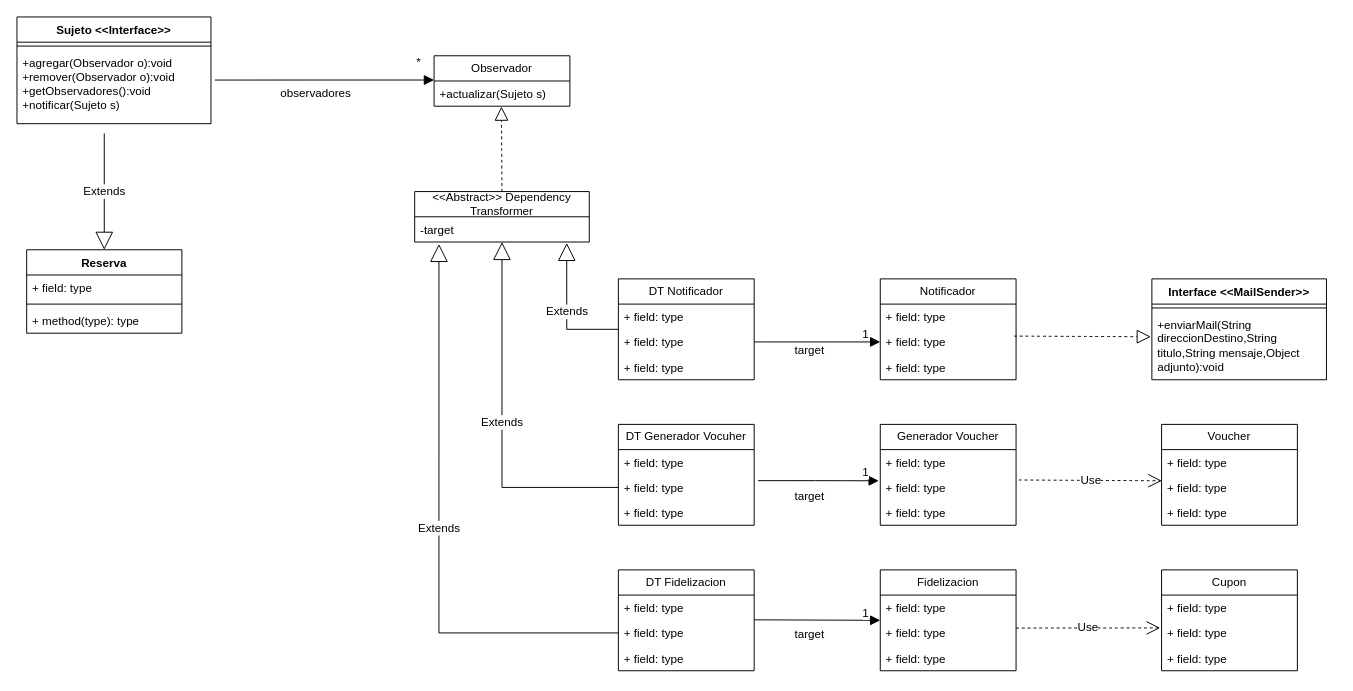
This is UML/2.5 notificaciones de la reserva.drawio from MartinianoOliveto/po2-integrador, a draw.io file, before an edit. Source tidied: cells renumbered, new cells numbered last; positions are measured from the earlier drawing's top-left corner, leaving out a move shared by most shapes. Both pictures are drawn from the tidied source at 97%, with x=0, y=0 at pixel (16, 16).
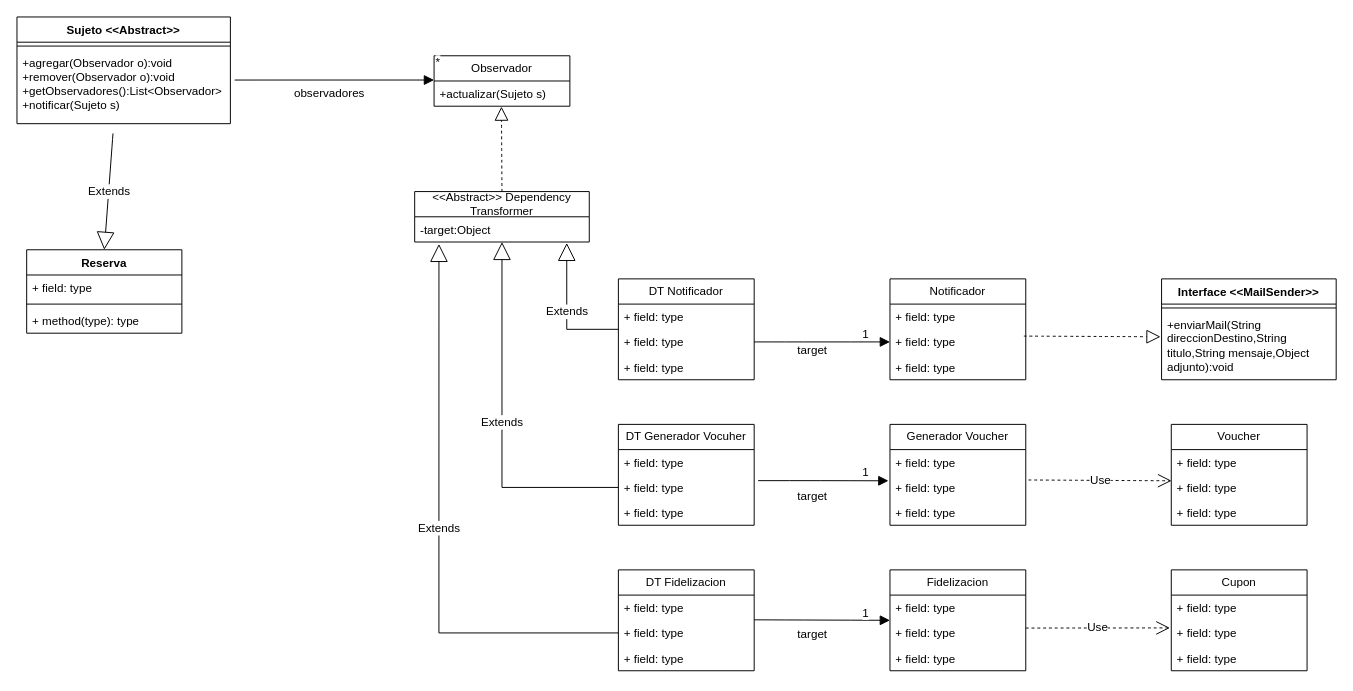
After the change.

The change refers to these unchanged cells:
```xml
<mxCell id="14" value="&amp;lt;&amp;lt;Abstract&amp;gt;&amp;gt; Dependency Transformer" style="swimlane;fontStyle=0;horizontal=1;startSize=26;fillColor=none;whiteSpace=wrap;html=1;" parent="1" vertex="1">
  <mxGeometry x="410" y="180" width="180" height="52" as="geometry" />
</mxCell>
<mxCell id="60" value="+ field: type" style="text;strokeColor=none;fillColor=none;align=left;verticalAlign=top;spacingLeft=4;spacingRight=4;overflow=hidden;points=[[0,0.5],[1,0.5]];portConstraint=eastwest;whiteSpace=wrap;html=1;" parent="58" vertex="1">
  <mxGeometry y="52" width="140" height="26" as="geometry" />
</mxCell>
```

The edit, as a diff of the source:
```diff
@@
-    <mxCell id="6" value="Sujeto &amp;lt;&amp;lt;Interface&amp;gt;&amp;gt;" style="swimlane;fontStyle=1;align=center;verticalAlign=top;horizontal=1;startSize=26;whiteSpace=wrap;html=1;" parent="1" vertex="1">
-      <mxGeometry width="200" height="110" as="geometry" />
+    <mxCell id="6" value="Sujeto &amp;lt;&amp;lt;Abstract&amp;gt;&amp;gt;" style="swimlane;fontStyle=1;align=center;verticalAlign=top;horizontal=1;startSize=26;whiteSpace=wrap;html=1;" parent="1" vertex="1">
+      <mxGeometry width="220" height="110" as="geometry" />
     </mxCell>
     <mxCell id="7" style="line;strokeWidth=1;fillColor=none;align=left;verticalAlign=middle;spacingTop=-1;spacingLeft=3;spacingRight=3;labelPosition=right;strokeColor=inherit;labelPerimeter=1;" parent="6" vertex="1">
-      <mxGeometry y="26" width="200" height="8" as="geometry" />
+      <mxGeometry y="26" width="220" height="8" as="geometry" />
     </mxCell>
-    <mxCell id="8" value="+agregar(Observador o):void&lt;div&gt;+remover(Observador o):void&lt;/div&gt;&lt;div&gt;+getObservadores():void&lt;/div&gt;&lt;div&gt;+notificar(Sujeto s)&lt;/div&gt;" style="text;strokeColor=none;fillColor=none;align=left;verticalAlign=top;spacingLeft=4;spacingRight=4;overflow=hidden;points=[[0,0.5],[1,0.5]];portConstraint=eastwest;whiteSpace=wrap;html=1;" parent="6" vertex="1">
-      <mxGeometry y="34" width="200" height="76" as="geometry" />
+    <mxCell id="8" value="+agregar(Observador o):void&lt;div&gt;+remover(Observador o):void&lt;/div&gt;&lt;div&gt;+getObservadores():List&amp;lt;Observador&amp;gt;&lt;/div&gt;&lt;div&gt;+notificar(Sujeto s)&lt;/div&gt;" style="text;strokeColor=none;fillColor=none;align=left;verticalAlign=top;spacingLeft=4;spacingRight=4;overflow=hidden;points=[[0,0.5],[1,0.5]];portConstraint=eastwest;whiteSpace=wrap;html=1;" parent="6" vertex="1">
+      <mxGeometry y="34" width="220" height="76" as="geometry" />
     </mxCell>
@@
-    <mxCell id="15" value="-target" style="text;strokeColor=none;fillColor=none;align=left;verticalAlign=top;spacingLeft=4;spacingRight=4;overflow=hidden;points=[[0,0.5],[1,0.5]];portConstraint=eastwest;whiteSpace=wrap;html=1;" parent="14" vertex="1">
+    <mxCell id="15" value="-target:Object" style="text;strokeColor=none;fillColor=none;align=left;verticalAlign=top;spacingLeft=4;spacingRight=4;overflow=hidden;points=[[0,0.5],[1,0.5]];portConstraint=eastwest;whiteSpace=wrap;html=1;" parent="14" vertex="1">
       <mxGeometry y="26" width="180" height="26" as="geometry" />
     </mxCell>
@@
     <mxCell id="32" value="Notificador" style="swimlane;fontStyle=0;horizontal=1;startSize=26;fillColor=none;whiteSpace=wrap;html=1;" parent="1" vertex="1">
-      <mxGeometry x="890" y="270" width="140" height="104" as="geometry" />
+      <mxGeometry x="900" y="270" width="140" height="104" as="geometry" />
     </mxCell>
@@
     <mxCell id="36" value="Generador Voucher" style="swimlane;fontStyle=0;horizontal=1;startSize=26;fillColor=none;whiteSpace=wrap;html=1;" parent="1" vertex="1">
-      <mxGeometry x="890" y="420" width="140" height="104" as="geometry" />
+      <mxGeometry x="900" y="420" width="140" height="104" as="geometry" />
     </mxCell>
@@
     <mxCell id="40" value="Fidelizacion" style="swimlane;fontStyle=0;horizontal=1;startSize=26;fillColor=none;whiteSpace=wrap;html=1;" parent="1" vertex="1">
-      <mxGeometry x="890" y="570" width="140" height="104" as="geometry" />
+      <mxGeometry x="900" y="570" width="140" height="104" as="geometry" />
     </mxCell>
@@
     <mxCell id="50" value="Interface &amp;lt;&amp;lt;MailSender&amp;gt;&amp;gt;" style="swimlane;fontStyle=1;align=center;verticalAlign=top;horizontal=1;startSize=26;whiteSpace=wrap;html=1;" parent="1" vertex="1">
-      <mxGeometry x="1170" y="270" width="180" height="104" as="geometry" />
+      <mxGeometry x="1180" y="270" width="180" height="104" as="geometry" />
     </mxCell>
@@
     <mxCell id="54" value="Voucher" style="swimlane;fontStyle=0;horizontal=1;startSize=26;fillColor=none;whiteSpace=wrap;html=1;" parent="1" vertex="1">
-      <mxGeometry x="1180" y="420" width="140" height="104" as="geometry" />
+      <mxGeometry x="1190" y="420" width="140" height="104" as="geometry" />
     </mxCell>
@@
     <mxCell id="58" value="Cupon" style="swimlane;fontStyle=0;horizontal=1;startSize=26;fillColor=none;whiteSpace=wrap;html=1;" parent="1" vertex="1">
-      <mxGeometry x="1180" y="570" width="140" height="104" as="geometry" />
+      <mxGeometry x="1190" y="570" width="140" height="104" as="geometry" />
     </mxCell>
@@
     <mxCell id="63" value="Use" style="endArrow=open;endSize=12;dashed=1;html=1;rounded=0;fontSize=12;defaultLabelBackgroundColor=page;curved=1;entryX=-0.01;entryY=0.301;entryDx=0;entryDy=0;entryPerimeter=0;" parent="1" edge="1" target="60">
       <mxGeometry relative="1" as="geometry">
-        <mxPoint x="1030" y="630" as="sourcePoint" />
+        <mxPoint x="1040" y="630" as="sourcePoint" />
       </mxGeometry>
     </mxCell>
```
